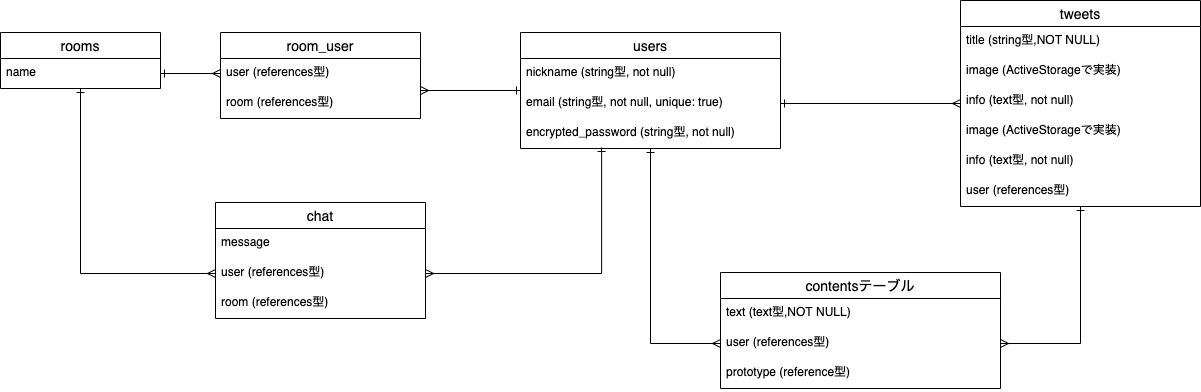
The draw.io diagram ER.drawio.png in teru0429/gunpla-app, before a commit. Source tidied: cells renumbered, new cells last; positions are measured from the earlier drawing's top-left corner, leaving out a move shared by most shapes.
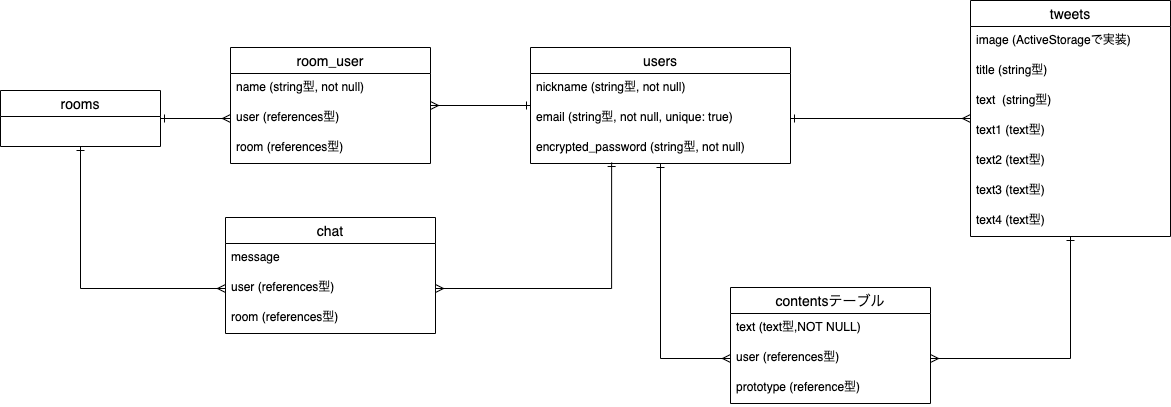
The same file after the commit.

The edit, as a diff of the source:
```diff
@@ -15,40 +15,43 @@
       <mxGeometry y="86" width="260" height="30" as="geometry" />
     </mxCell>
     <mxCell id="6" value="tweets" style="swimlane;fontStyle=0;horizontal=1;startSize=26;align=center;fontSize=14;" parent="1" vertex="1">
-      <mxGeometry x="960" width="240" height="206" as="geometry" />
+      <mxGeometry x="960" y="-15" width="200" height="236" as="geometry" />
     </mxCell>
+    <mxCell id="10" value="image (ActiveStorageで実装)&#10;" style="text;strokeColor=none;fillColor=none;spacingLeft=4;spacingRight=4;overflow=hidden;fontSize=12;" parent="6" vertex="1">
+      <mxGeometry y="26" width="200" height="30" as="geometry" />
+    </mxCell>
-    <mxCell id="7" value="title (string型,NOT NULL)&#10;" style="text;strokeColor=none;fillColor=none;spacingLeft=4;spacingRight=4;overflow=hidden;fontSize=12;" parent="6" vertex="1">
-      <mxGeometry y="26" width="240" height="30" as="geometry" />
+    <mxCell id="7" value="title (string型)&#10;" style="text;strokeColor=none;fillColor=none;spacingLeft=4;spacingRight=4;overflow=hidden;fontSize=12;" parent="6" vertex="1">
+      <mxGeometry y="56" width="200" height="30" as="geometry" />
     </mxCell>
-    <mxCell id="8" value="image (ActiveStorageで実装)&#10;" style="text;strokeColor=none;fillColor=none;spacingLeft=4;spacingRight=4;overflow=hidden;fontSize=12;" parent="6" vertex="1">
-      <mxGeometry y="56" width="240" height="30" as="geometry" />
+    <mxCell id="8" value="text  (string型)&#10;" style="text;strokeColor=none;fillColor=none;spacingLeft=4;spacingRight=4;overflow=hidden;fontSize=12;" parent="6" vertex="1">
+      <mxGeometry y="86" width="200" height="30" as="geometry" />
     </mxCell>
-    <mxCell id="9" value="info (text型, not null)" style="text;strokeColor=none;fillColor=none;spacingLeft=4;spacingRight=4;overflow=hidden;fontSize=12;" parent="6" vertex="1">
-      <mxGeometry y="86" width="240" height="30" as="geometry" />
+    <mxCell id="9" value="text1 (text型)" style="text;strokeColor=none;fillColor=none;spacingLeft=4;spacingRight=4;overflow=hidden;fontSize=12;" parent="6" vertex="1">
+      <mxGeometry y="116" width="200" height="30" as="geometry" />
     </mxCell>
-    <mxCell id="10" value="image (ActiveStorageで実装)&#10;" style="text;strokeColor=none;fillColor=none;spacingLeft=4;spacingRight=4;overflow=hidden;fontSize=12;" parent="6" vertex="1">
-      <mxGeometry y="116" width="240" height="30" as="geometry" />
-    </mxCell>
-    <mxCell id="11" value="info (text型, not null)" style="text;strokeColor=none;fillColor=none;spacingLeft=4;spacingRight=4;overflow=hidden;fontSize=12;" parent="6" vertex="1">
-      <mxGeometry y="146" width="240" height="30" as="geometry" />
-    </mxCell>
-    <mxCell id="12" value="user (references型)" style="text;strokeColor=none;fillColor=none;spacingLeft=4;spacingRight=4;overflow=hidden;fontSize=12;" parent="6" vertex="1">
-      <mxGeometry y="176" width="240" height="30" as="geometry" />
-    </mxCell>
+    <mxCell id="33" value="text2 (text型)" style="text;strokeColor=none;fillColor=none;spacingLeft=4;spacingRight=4;overflow=hidden;fontSize=12;" parent="6" vertex="1">
+      <mxGeometry y="146" width="200" height="30" as="geometry" />
+    </mxCell>
+    <mxCell id="34" value="text3 (text型)" style="text;strokeColor=none;fillColor=none;spacingLeft=4;spacingRight=4;overflow=hidden;fontSize=12;" parent="6" vertex="1">
+      <mxGeometry y="176" width="200" height="30" as="geometry" />
+    </mxCell>
+    <mxCell id="35" value="text4 (text型)" style="text;strokeColor=none;fillColor=none;spacingLeft=4;spacingRight=4;overflow=hidden;fontSize=12;" parent="6" vertex="1">
+      <mxGeometry y="206" width="200" height="30" as="geometry" />
+    </mxCell>
     <mxCell id="13" style="edgeStyle=orthogonalEdgeStyle;rounded=0;jettySize=auto;html=1;exitX=1;exitY=0.5;exitDx=0;exitDy=0;endArrow=ERmany;endFill=0;startArrow=ERone;startFill=0;" parent="1" edge="1" source="4" target="6">
       <mxGeometry relative="1" as="geometry" />
     </mxCell>
     <mxCell id="14" value="contentsテーブル" style="swimlane;fontStyle=0;horizontal=1;startSize=26;align=center;fontSize=14;" parent="1" vertex="1">
-      <mxGeometry x="720" y="272" width="280" height="116" as="geometry" />
+      <mxGeometry x="720" y="272" width="200" height="116" as="geometry" />
     </mxCell>
     <mxCell id="15" value="text (text型,NOT NULL)" style="text;strokeColor=none;fillColor=none;spacingLeft=4;spacingRight=4;overflow=hidden;fontSize=12;" parent="14" vertex="1">
-      <mxGeometry y="26" width="280" height="30" as="geometry" />
+      <mxGeometry y="26" width="200" height="30" as="geometry" />
     </mxCell>
     <mxCell id="16" value="user (references型)" style="text;strokeColor=none;fillColor=none;spacingLeft=4;spacingRight=4;overflow=hidden;points=[[0,0.5],[1,0.5]];portConstraint=eastwest;fontSize=12;" parent="14" vertex="1">
-      <mxGeometry y="56" width="280" height="30" as="geometry" />
+      <mxGeometry y="56" width="200" height="30" as="geometry" />
     </mxCell>
     <mxCell id="17" value="prototype (reference型)" style="text;strokeColor=none;fillColor=none;spacingLeft=4;spacingRight=4;overflow=hidden;fontSize=12;" parent="14" vertex="1">
-      <mxGeometry y="86" width="280" height="30" as="geometry" />
+      <mxGeometry y="86" width="200" height="30" as="geometry" />
     </mxCell>
     <mxCell id="18" style="edgeStyle=orthogonalEdgeStyle;rounded=0;jettySize=auto;html=1;exitX=0;exitY=0.5;exitDx=0;exitDy=0;startArrow=ERmany;startFill=0;endArrow=ERone;endFill=0;" parent="1" edge="1" source="16" target="2">
       <mxGeometry relative="1" as="geometry" />
@@ -57,20 +60,20 @@
       <mxGeometry relative="1" as="geometry" />
     </mxCell>
     <mxCell id="20" value="room_user" style="swimlane;fontStyle=0;horizontal=1;startSize=26;align=center;fontSize=14;" parent="1" vertex="1">
-      <mxGeometry x="220" y="32" width="200" height="86" as="geometry" />
+      <mxGeometry x="220" y="32" width="200" height="116" as="geometry" />
     </mxCell>
+    <mxCell id="36" value="name (string型, not null)" style="text;strokeColor=none;fillColor=none;spacingLeft=4;spacingRight=4;overflow=hidden;fontSize=12;" parent="20" vertex="1">
+      <mxGeometry y="26" width="200" height="30" as="geometry" />
+    </mxCell>
     <mxCell id="21" value="user (references型)" style="text;strokeColor=none;fillColor=none;spacingLeft=4;spacingRight=4;overflow=hidden;points=[[0,0.5],[1,0.5]];portConstraint=eastwest;fontSize=12;" parent="20" vertex="1">
-      <mxGeometry y="26" width="200" height="30" as="geometry" />
+      <mxGeometry y="56" width="200" height="30" as="geometry" />
     </mxCell>
     <mxCell id="22" value="room (references型)" style="text;strokeColor=none;fillColor=none;spacingLeft=4;spacingRight=4;overflow=hidden;fontSize=12;" parent="20" vertex="1">
-      <mxGeometry y="56" width="200" height="30" as="geometry" />
+      <mxGeometry y="86" width="200" height="30" as="geometry" />
     </mxCell>
     <mxCell id="23" value="rooms" style="swimlane;fontStyle=0;horizontal=1;startSize=26;align=center;fontSize=14;" parent="1" vertex="1">
-      <mxGeometry y="32" width="160" height="56" as="geometry" />
+      <mxGeometry x="-10" y="75" width="160" height="56" as="geometry" />
     </mxCell>
-    <mxCell id="24" value="name" style="text;strokeColor=none;fillColor=none;spacingLeft=4;spacingRight=4;overflow=hidden;points=[[0,0.5],[1,0.5]];portConstraint=eastwest;fontSize=12;" parent="23" vertex="1">
-      <mxGeometry y="26" width="160" height="30" as="geometry" />
-    </mxCell>
     <mxCell id="25" value="chat" style="swimlane;fontStyle=0;horizontal=1;startSize=26;align=center;fontSize=14;" parent="1" vertex="1">
       <mxGeometry x="215" y="202" width="210" height="116" as="geometry" />
     </mxCell>
@@ -89,7 +92,7 @@
     <mxCell id="30" style="edgeStyle=orthogonalEdgeStyle;rounded=0;jettySize=auto;html=1;exitX=0;exitY=0.5;exitDx=0;exitDy=0;startArrow=ERmany;startFill=0;endArrow=ERone;endFill=0;" parent="1" edge="1" source="27" target="23">
       <mxGeometry relative="1" as="geometry" />
     </mxCell>
-    <mxCell id="31" style="edgeStyle=orthogonalEdgeStyle;rounded=0;jettySize=auto;html=1;exitX=1;exitY=0.5;exitDx=0;exitDy=0;startArrow=ERone;startFill=0;endArrow=ERmany;endFill=0;entryX=0;entryY=0.5;entryDx=0;entryDy=0;" parent="1" edge="1" source="24" target="21">
+    <mxCell id="31" style="edgeStyle=orthogonalEdgeStyle;rounded=0;jettySize=auto;html=1;startArrow=ERone;startFill=0;endArrow=ERmany;endFill=0;entryX=0;entryY=0.5;entryDx=0;entryDy=0;" parent="1" edge="1" source="23" target="21">
       <mxGeometry relative="1" as="geometry" />
     </mxCell>
     <mxCell id="32" style="edgeStyle=orthogonalEdgeStyle;rounded=0;jettySize=auto;html=1;startArrow=ERmany;startFill=0;endArrow=ERone;endFill=0;" parent="1" edge="1" target="2">
```
